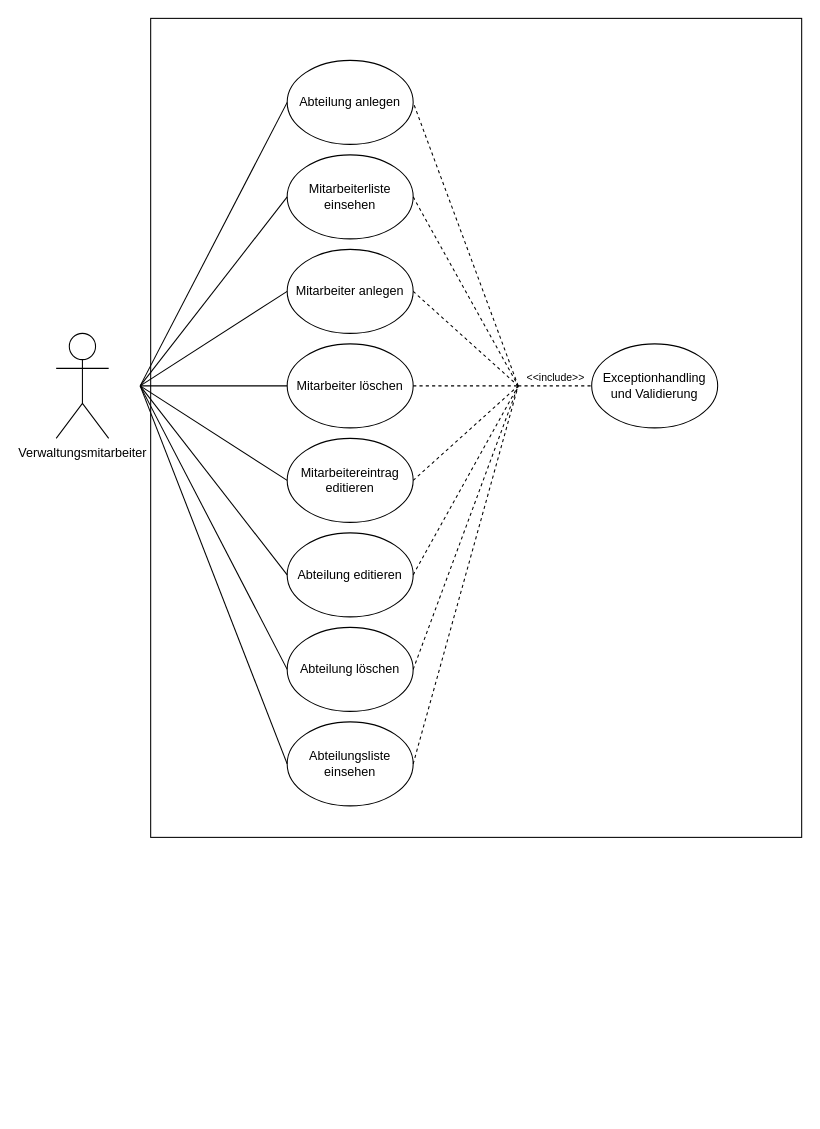
Before: diagramme/usecase_diagram.drawio in patrickpfaff/lf08_erp_projekt, a draw.io diagram. Source tidied: cells renumbered, new cells numbered last; positions are measured from the earlier drawing's top-left corner, leaving out a move shared by most shapes. Both pictures are drawn from the tidied source at 105%, with x=0, y=0 at pixel (56, 18).
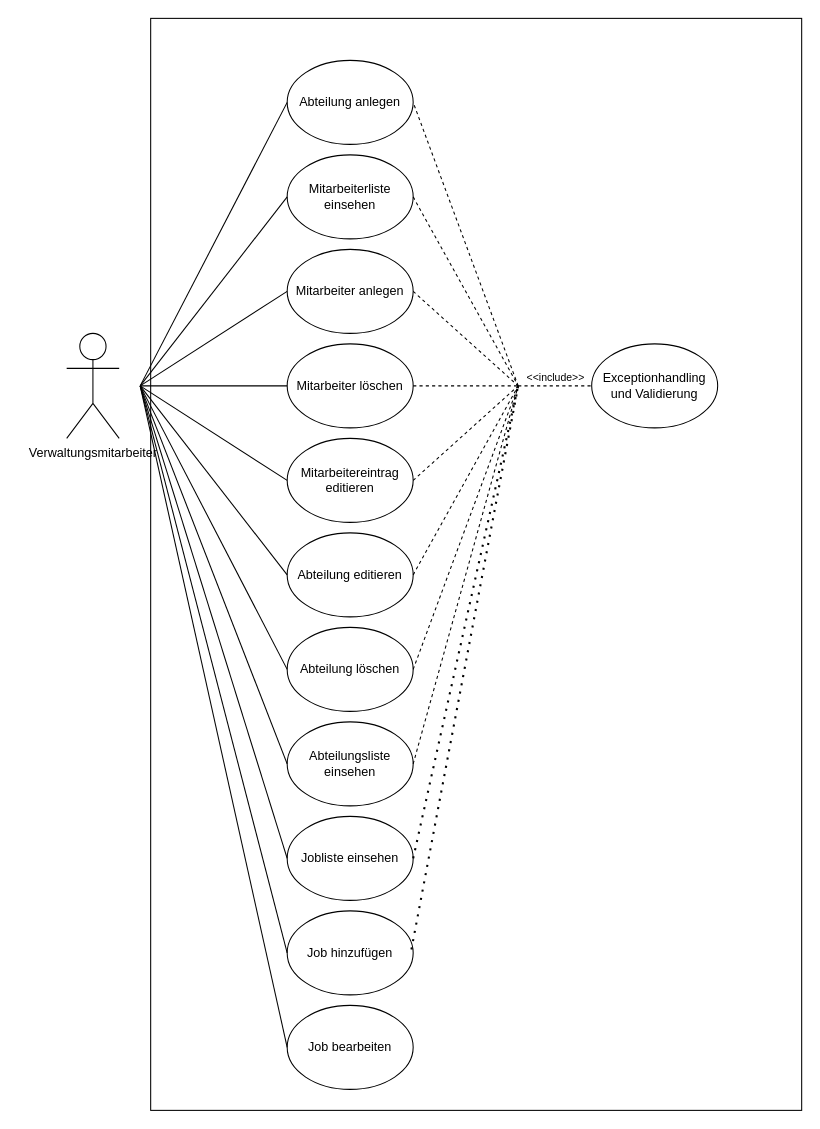
After the change.

Diff of the diagram source:
```diff
@@
     <mxCell id="2" style="rounded=0;whiteSpace=wrap;html=1;" parent="1" vertex="1">
-      <mxGeometry x="90" width="620" height="780" as="geometry" />
+      <mxGeometry x="90" width="620" height="1040" as="geometry" />
     </mxCell>
     <mxCell id="3" value="Verwaltungsmitarbeiter" style="shape=umlActor;verticalLabelPosition=bottom;verticalAlign=top;html=1;" parent="1" vertex="1">
-      <mxGeometry y="300" width="50" height="100" as="geometry" />
+      <mxGeometry x="10" y="300" width="50" height="100" as="geometry" />
     </mxCell>
@@
+    <mxCell id="31" value="Jobliste einsehen" style="ellipse;whiteSpace=wrap;html=1;" parent="1" vertex="1">
+      <mxGeometry x="220" y="760" width="120" height="80" as="geometry" />
+    </mxCell>
+    <mxCell id="32" value="Job hinzufügen" style="ellipse;whiteSpace=wrap;html=1;" parent="1" vertex="1">
+      <mxGeometry x="220" y="850" width="120" height="80" as="geometry" />
+    </mxCell>
+    <mxCell id="33" value="Job bearbeiten" style="ellipse;whiteSpace=wrap;html=1;" parent="1" vertex="1">
+      <mxGeometry x="220" y="940" width="120" height="80" as="geometry" />
+    </mxCell>
+    <mxCell id="34" style="endArrow=none;html=1;rounded=0;exitX=0;exitY=0.5;exitDx=0;exitDy=0;" parent="1" edge="1" source="31">
+      <mxGeometry relative="1" as="geometry">
+        <mxPoint x="80" y="350" as="targetPoint" />
+      </mxGeometry>
+    </mxCell>
+    <mxCell id="35" style="endArrow=none;html=1;rounded=0;entryX=0;entryY=0.5;entryDx=0;entryDy=0;" parent="1" edge="1" target="32">
+      <mxGeometry relative="1" as="geometry">
+        <mxPoint x="80" y="350" as="sourcePoint" />
+      </mxGeometry>
+    </mxCell>
+    <mxCell id="36" style="endArrow=none;html=1;rounded=0;entryX=0;entryY=0.5;entryDx=0;entryDy=0;" parent="1" edge="1" target="33">
+      <mxGeometry relative="1" as="geometry">
+        <mxPoint x="80" y="350" as="sourcePoint" />
+      </mxGeometry>
+    </mxCell>
+    <mxCell id="37" style="endArrow=none;dashed=1;html=1;dashPattern=1 3;strokeWidth=2;rounded=0;exitX=1;exitY=0.5;exitDx=0;exitDy=0;" parent="1" edge="1" source="31">
+      <mxGeometry relative="1" as="geometry">
+        <mxPoint x="440" y="350" as="targetPoint" />
+      </mxGeometry>
+    </mxCell>
+    <mxCell id="38" style="endArrow=none;dashed=1;html=1;dashPattern=1 3;strokeWidth=2;rounded=0;exitX=0.986;exitY=0.459;exitDx=0;exitDy=0;exitPerimeter=0;" parent="1" edge="1" source="32">
+      <mxGeometry relative="1" as="geometry">
+        <mxPoint x="440" y="350" as="targetPoint" />
+      </mxGeometry>
+    </mxCell>
```
